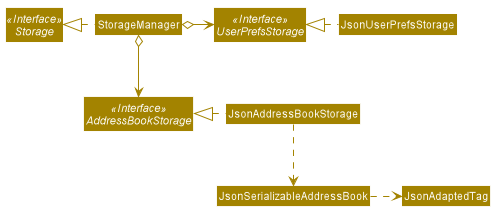
Before: docs/images/StorageClassDiagram.png, a diagram exported from PlantUML (nus-cs2103-AY2021S1/tp).
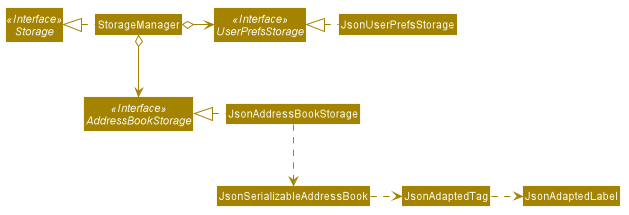
After the commit.

Commit message:
Update storage class diagram to include JaonAdaptedLabel

What changed in the source:
```diff
@@ -67,5 +67,6 @@
 JsonAddressBookStorage .left.|> AddressBookStorage
 JsonAddressBookStorage .down.> JsonSerializableAddressBook
 JsonSerializableAddressBook .right.> JsonAdaptedTag
+JsonAdaptedTag .right.> JsonAdaptedLabel
 
 @enduml
```
